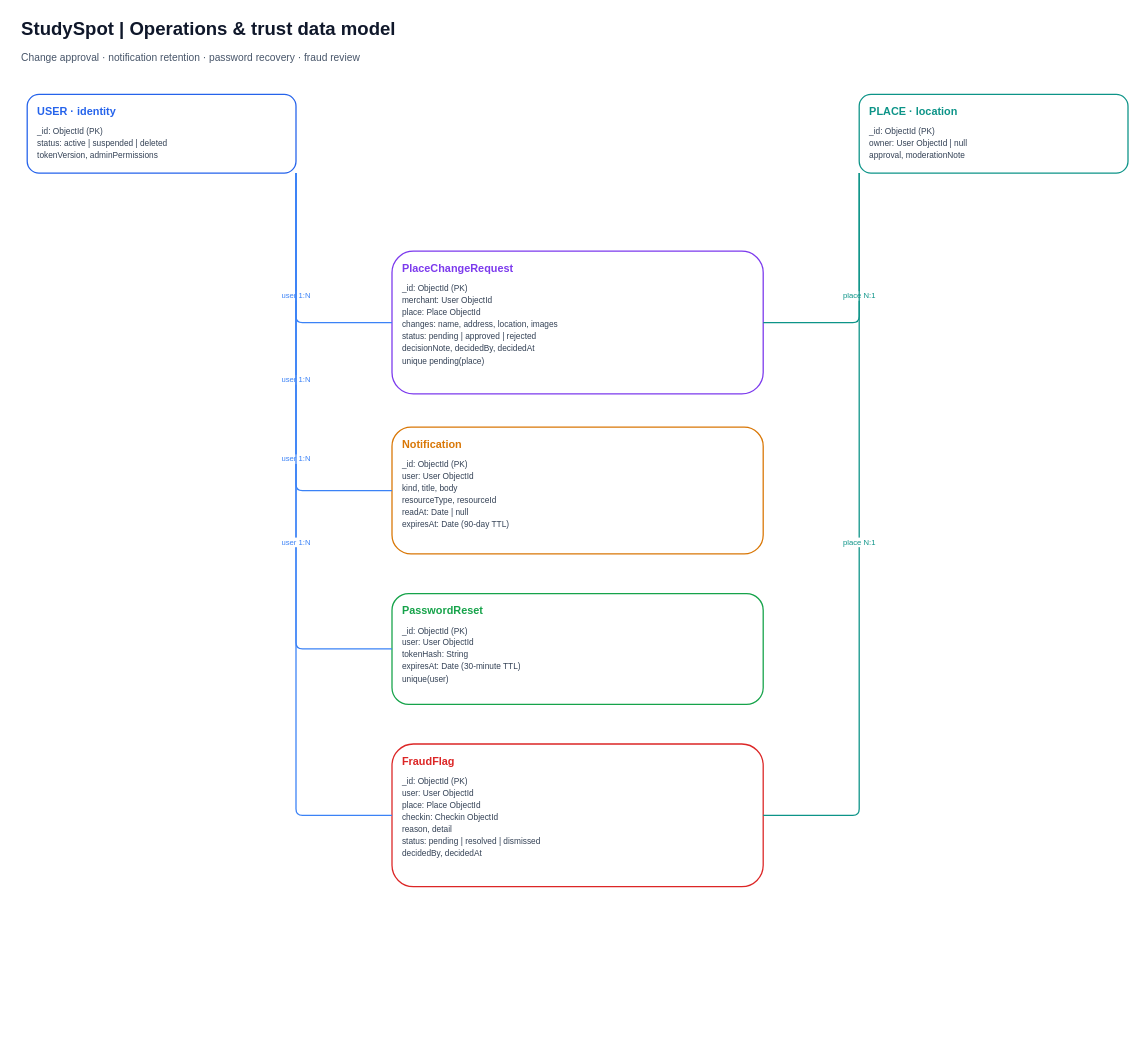
Above: page "04 - Operations ERD" (4 of 4) of backend/docs/StudySpot-ERD-System-Architecture.drawio in L1nkinPark/SDN-MMA (draw.io), before the change. Source tidied: cells renumbered, new cells numbered last; positions are measured from the earlier drawing's top-left corner, leaving out a move shared by most shapes. Both pictures are drawn from the tidied source at 64%, with x=0, y=0 at pixel (11, 11).
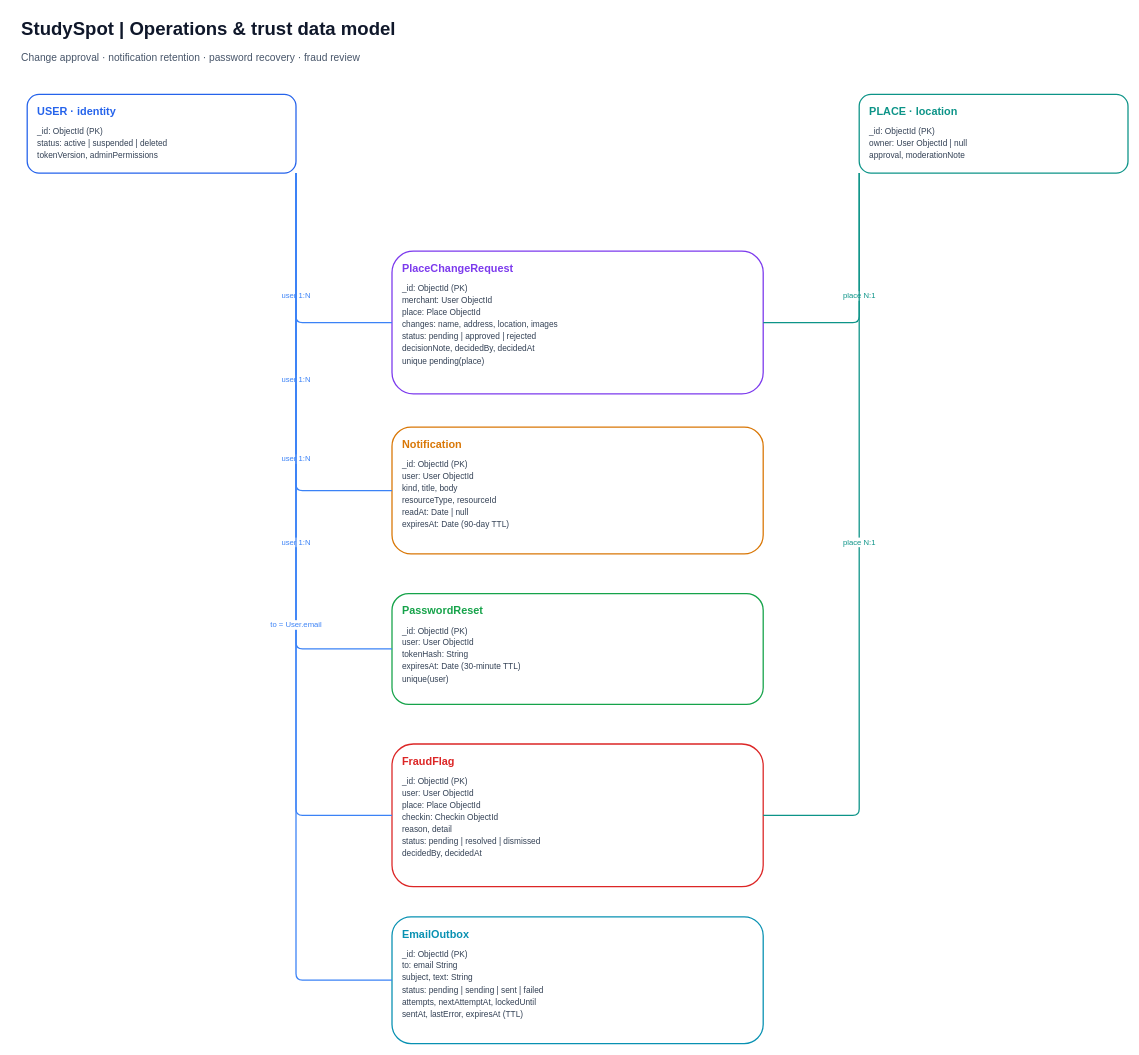
The same page after the edit.

What changed in the source:
```diff
@@
 <mxGraphModel>
   <root>
     <mxCell id="0" />
     <mxCell id="1" parent="0" />
     <mxCell id="2" value="StudySpot | Operations &amp;amp; trust data model" style="rounded=0;whiteSpace=wrap;html=1;fillColor=none;strokeColor=none;fontColor=#0F172A;fontSize=29;align=left;verticalAlign=middle;spacingLeft=14;spacingRight=12;spacingTop=9;spacingBottom=8;shadow=0;dashed=0;fontStyle=1;" parent="1" vertex="1">
       <mxGeometry width="1700" height="55" as="geometry" />
     </mxCell>
     <mxCell id="3" value="Change approval · notification retention · password recovery · fraud review" style="rounded=0;whiteSpace=wrap;html=1;fillColor=none;strokeColor=none;fontColor=#475569;fontSize=16;align=left;verticalAlign=middle;spacingLeft=14;spacingRight=12;spacingTop=9;spacingBottom=8;shadow=0;dashed=0;fontStyle=0;" parent="1" vertex="1">
       <mxGeometry y="55" width="1700" height="35" as="geometry" />
     </mxCell>
     <mxCell id="4" value="&lt;div style='font-family:Arial,sans-serif;line-height:1.45'&gt;&lt;div style='font-size:17px;font-weight:bold;color:#2563EB;margin-bottom:9px'&gt;USER  ·  identity&lt;/div&gt;&lt;div style='font-size:13px;color:#334155'&gt;_id: ObjectId (PK)&lt;br/&gt;status: active | suspended | deleted&lt;br/&gt;tokenVersion, adminPermissions&lt;/div&gt;&lt;/div&gt;" style="rounded=1;whiteSpace=wrap;html=1;fillColor=#FFFFFF;strokeColor=#2563EB;fontColor=#0F172A;fontSize=13;align=left;verticalAlign=middle;spacingLeft=14;spacingRight=12;spacingTop=9;spacingBottom=8;shadow=0;dashed=0;verticalAlign=top;strokeWidth=2;" parent="1" vertex="1">
       <mxGeometry x="25" y="130" width="420" height="123" as="geometry" />
     </mxCell>
     <mxCell id="5" value="&lt;div style='font-family:Arial,sans-serif;line-height:1.45'&gt;&lt;div style='font-size:17px;font-weight:bold;color:#0D9488;margin-bottom:9px'&gt;PLACE  ·  location&lt;/div&gt;&lt;div style='font-size:13px;color:#334155'&gt;_id: ObjectId (PK)&lt;br/&gt;owner: User ObjectId | null&lt;br/&gt;approval, moderationNote&lt;/div&gt;&lt;/div&gt;" style="rounded=1;whiteSpace=wrap;html=1;fillColor=#FFFFFF;strokeColor=#0D9488;fontColor=#0F172A;fontSize=13;align=left;verticalAlign=middle;spacingLeft=14;spacingRight=12;spacingTop=9;spacingBottom=8;shadow=0;dashed=0;verticalAlign=top;strokeWidth=2;" parent="1" vertex="1">
       <mxGeometry x="1325" y="130" width="420" height="123" as="geometry" />
     </mxCell>
     <mxCell id="6" value="&lt;div style='font-family:Arial,sans-serif;line-height:1.45'&gt;&lt;div style='font-size:17px;font-weight:bold;color:#7C3AED;margin-bottom:9px'&gt;PlaceChangeRequest&lt;/div&gt;&lt;div style='font-size:13px;color:#334155'&gt;_id: ObjectId (PK)&lt;br/&gt;merchant: User ObjectId&lt;br/&gt;place: Place ObjectId&lt;br/&gt;changes: name, address, location, images&lt;br/&gt;status: pending | approved | rejected&lt;br/&gt;decisionNote, decidedBy, decidedAt&lt;br/&gt;unique pending(place)&lt;/div&gt;&lt;/div&gt;" style="rounded=1;whiteSpace=wrap;html=1;fillColor=#FFFFFF;strokeColor=#7C3AED;fontColor=#0F172A;fontSize=13;align=left;verticalAlign=middle;spacingLeft=14;spacingRight=12;spacingTop=9;spacingBottom=8;shadow=0;dashed=0;verticalAlign=top;strokeWidth=2;" parent="1" vertex="1">
       <mxGeometry x="595" y="375" width="580" height="223" as="geometry" />
     </mxCell>
     <mxCell id="7" value="user 1:N" style="edgeStyle=orthogonalEdgeStyle;rounded=1;jettySize=auto;html=1;strokeColor=#3B82F6;strokeWidth=2;dashed=0;startArrow=none;endArrow=none;endFill=1;fontColor=#3B82F6;fontSize=12;labelBackgroundColor=#FFFFFF;exitX=1;exitY=1;entryX=0;entryY=0.5;" parent="1" edge="1" source="4" target="6">
       <mxGeometry relative="1" as="geometry" />
     </mxCell>
     <mxCell id="8" value="place N:1" style="edgeStyle=orthogonalEdgeStyle;rounded=1;jettySize=auto;html=1;strokeColor=#0D9488;strokeWidth=2;dashed=0;startArrow=none;endArrow=none;endFill=1;fontColor=#0D9488;fontSize=12;labelBackgroundColor=#FFFFFF;exitX=1;exitY=0.5;entryX=0;entryY=1;" parent="1" edge="1" source="6" target="5">
       <mxGeometry relative="1" as="geometry" />
     </mxCell>
     <mxCell id="9" value="&lt;div style='font-family:Arial,sans-serif;line-height:1.45'&gt;&lt;div style='font-size:17px;font-weight:bold;color:#D97706;margin-bottom:9px'&gt;Notification&lt;/div&gt;&lt;div style='font-size:13px;color:#334155'&gt;_id: ObjectId (PK)&lt;br/&gt;user: User ObjectId&lt;br/&gt;kind, title, body&lt;br/&gt;resourceType, resourceId&lt;br/&gt;readAt: Date | null&lt;br/&gt;expiresAt: Date (90-day TTL)&lt;/div&gt;&lt;/div&gt;" style="rounded=1;whiteSpace=wrap;html=1;fillColor=#FFFFFF;strokeColor=#D97706;fontColor=#0F172A;fontSize=13;align=left;verticalAlign=middle;spacingLeft=14;spacingRight=12;spacingTop=9;spacingBottom=8;shadow=0;dashed=0;verticalAlign=top;strokeWidth=2;" parent="1" vertex="1">
       <mxGeometry x="595" y="650" width="580" height="198" as="geometry" />
     </mxCell>
     <mxCell id="10" value="user 1:N" style="edgeStyle=orthogonalEdgeStyle;rounded=1;jettySize=auto;html=1;strokeColor=#3B82F6;strokeWidth=2;dashed=0;startArrow=none;endArrow=none;endFill=1;fontColor=#3B82F6;fontSize=12;labelBackgroundColor=#FFFFFF;exitX=1;exitY=1;entryX=0;entryY=0.5;" parent="1" edge="1" source="4" target="9">
       <mxGeometry relative="1" as="geometry" />
     </mxCell>
     <mxCell id="11" value="&lt;div style='font-family:Arial,sans-serif;line-height:1.45'&gt;&lt;div style='font-size:17px;font-weight:bold;color:#16A34A;margin-bottom:9px'&gt;PasswordReset&lt;/div&gt;&lt;div style='font-size:13px;color:#334155'&gt;_id: ObjectId (PK)&lt;br/&gt;user: User ObjectId&lt;br/&gt;tokenHash: String&lt;br/&gt;expiresAt: Date (30-minute TTL)&lt;br/&gt;unique(user)&lt;/div&gt;&lt;/div&gt;" style="rounded=1;whiteSpace=wrap;html=1;fillColor=#FFFFFF;strokeColor=#16A34A;fontColor=#0F172A;fontSize=13;align=left;verticalAlign=middle;spacingLeft=14;spacingRight=12;spacingTop=9;spacingBottom=8;shadow=0;dashed=0;verticalAlign=top;strokeWidth=2;" parent="1" vertex="1">
       <mxGeometry x="595" y="910" width="580" height="173" as="geometry" />
     </mxCell>
     <mxCell id="12" value="user 1:N" style="edgeStyle=orthogonalEdgeStyle;rounded=1;jettySize=auto;html=1;strokeColor=#3B82F6;strokeWidth=2;dashed=0;startArrow=none;endArrow=none;endFill=1;fontColor=#3B82F6;fontSize=12;labelBackgroundColor=#FFFFFF;exitX=1;exitY=1;entryX=0;entryY=0.5;" parent="1" edge="1" source="4" target="11">
       <mxGeometry relative="1" as="geometry" />
     </mxCell>
     <mxCell id="13" value="&lt;div style='font-family:Arial,sans-serif;line-height:1.45'&gt;&lt;div style='font-size:17px;font-weight:bold;color:#DC2626;margin-bottom:9px'&gt;FraudFlag&lt;/div&gt;&lt;div style='font-size:13px;color:#334155'&gt;_id: ObjectId (PK)&lt;br/&gt;user: User ObjectId&lt;br/&gt;place: Place ObjectId&lt;br/&gt;checkin: Checkin ObjectId&lt;br/&gt;reason, detail&lt;br/&gt;status: pending | resolved | dismissed&lt;br/&gt;decidedBy, decidedAt&lt;/div&gt;&lt;/div&gt;" style="rounded=1;whiteSpace=wrap;html=1;fillColor=#FFFFFF;strokeColor=#DC2626;fontColor=#0F172A;fontSize=13;align=left;verticalAlign=middle;spacingLeft=14;spacingRight=12;spacingTop=9;spacingBottom=8;shadow=0;dashed=0;verticalAlign=top;strokeWidth=2;" parent="1" vertex="1">
       <mxGeometry x="595" y="1145" width="580" height="223" as="geometry" />
     </mxCell>
     <mxCell id="14" value="user 1:N" style="edgeStyle=orthogonalEdgeStyle;rounded=1;jettySize=auto;html=1;strokeColor=#3B82F6;strokeWidth=2;dashed=0;startArrow=none;endArrow=none;endFill=1;fontColor=#3B82F6;fontSize=12;labelBackgroundColor=#FFFFFF;exitX=1;exitY=1;entryX=0;entryY=0.5;" parent="1" edge="1" source="4" target="13">
       <mxGeometry relative="1" as="geometry" />
     </mxCell>
     <mxCell id="15" value="place N:1" style="edgeStyle=orthogonalEdgeStyle;rounded=1;jettySize=auto;html=1;strokeColor=#0D9488;strokeWidth=2;dashed=0;startArrow=none;endArrow=none;endFill=1;fontColor=#0D9488;fontSize=12;labelBackgroundColor=#FFFFFF;exitX=1;exitY=0.5;entryX=0;entryY=1;" parent="1" edge="1" source="13" target="5">
       <mxGeometry relative="1" as="geometry" />
     </mxCell>
+    <mxCell id="16" value="&lt;div style='font-family:Arial,sans-serif;line-height:1.45'&gt;&lt;div style='font-size:17px;font-weight:bold;color:#0891B2;margin-bottom:9px'&gt;EmailOutbox&lt;/div&gt;&lt;div style='font-size:13px;color:#334155'&gt;_id: ObjectId (PK)&lt;br/&gt;to: email String&lt;br/&gt;subject, text: String&lt;br/&gt;status: pending | sending | sent | failed&lt;br/&gt;attempts, nextAttemptAt, lockedUntil&lt;br/&gt;sentAt, lastError, expiresAt (TTL)&lt;/div&gt;&lt;/div&gt;" style="rounded=1;whiteSpace=wrap;html=1;fillColor=#FFFFFF;strokeColor=#0891B2;fontColor=#0F172A;fontSize=13;align=left;verticalAlign=middle;spacingLeft=14;spacingRight=12;spacingTop=9;spacingBottom=8;shadow=0;dashed=0;verticalAlign=top;strokeWidth=2;" parent="1" vertex="1">
+      <mxGeometry x="595" y="1415" width="580" height="198" as="geometry" />
+    </mxCell>
+    <mxCell id="17" value="to = User.email" style="edgeStyle=orthogonalEdgeStyle;rounded=1;jettySize=auto;html=1;strokeColor=#3B82F6;strokeWidth=2;dashed=0;startArrow=none;endArrow=none;endFill=1;fontColor=#3B82F6;fontSize=12;labelBackgroundColor=#FFFFFF;exitX=1;exitY=1;entryX=0;entryY=0.5;" parent="1" edge="1" source="4" target="16">
+      <mxGeometry relative="1" as="geometry" />
+    </mxCell>
   </root>
 </mxGraphModel>
```
